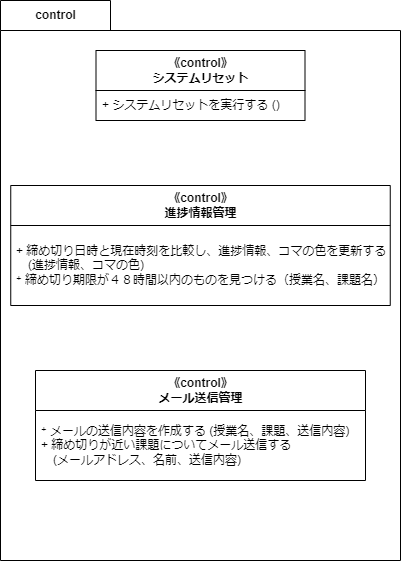
This is 構造図/クラス図/詳細設計/クラス図(control).drawio.png from masaki1234567/psp4, a draw.io export, as it was before one commit. Source tidied: cells renumbered, new cells last; positions are measured from the earlier drawing's top-left corner, leaving out a move shared by most shapes. The source it was exported from:
```xml
<mxGraphModel>
  <root>
    <mxCell id="0" />
    <mxCell id="1" parent="0" />
    <mxCell id="2" value="control" style="shape=folder;fontStyle=1;tabWidth=110;tabHeight=30;tabPosition=left;html=1;boundedLbl=1;labelInHeader=1;" parent="1" vertex="1">
      <mxGeometry width="400" height="560" as="geometry" />
    </mxCell>
    <mxCell id="3" style="html=1;strokeColor=none;fillColor=none;" parent="2" vertex="1">
      <mxGeometry width="400" height="392" relative="1" as="geometry">
        <mxPoint y="30" as="offset" />
      </mxGeometry>
    </mxCell>
    <mxCell id="4" value="《control》&lt;br&gt;システムリセット" style="swimlane;fontStyle=1;align=center;verticalAlign=middle;horizontal=1;startSize=40;html=1;" parent="2" vertex="1">
      <mxGeometry x="95.5" y="50" width="209" height="70" as="geometry" />
    </mxCell>
    <mxCell id="5" value="+ システムリセットを実行する ()" style="text;html=1;strokeColor=none;fillColor=none;align=left;verticalAlign=middle;spacingLeft=4;spacingRight=4;overflow=hidden;" parent="4" vertex="1">
      <mxGeometry y="40" width="209" height="30" as="geometry" />
    </mxCell>
    <mxCell id="6" value="《control》&lt;br&gt;メール送信管理" style="swimlane;fontStyle=1;align=center;verticalAlign=middle;horizontal=1;startSize=40;html=1;" parent="2" vertex="1">
      <mxGeometry x="35" y="370" width="330" height="110" as="geometry" />
    </mxCell>
    <mxCell id="7" value="⁺ メールの送信内容を作成する (授業名、課題、送信内容)&amp;nbsp;&lt;br&gt;+ 締め切りが近い課題についてメール送信する&lt;br&gt;　(メールアドレス、名前、送信内容)" style="text;html=1;strokeColor=none;fillColor=none;align=left;verticalAlign=middle;spacingLeft=4;spacingRight=4;overflow=hidden;" parent="6" vertex="1">
      <mxGeometry y="40" width="330" height="70" as="geometry" />
    </mxCell>
    <mxCell id="8" value="《control》&lt;br&gt;進捗情報管理" style="swimlane;fontStyle=1;align=center;verticalAlign=middle;horizontal=1;startSize=40;html=1;" parent="1" vertex="1">
      <mxGeometry x="10.2" y="185" width="379.5" height="120" as="geometry" />
    </mxCell>
    <mxCell id="9" value="+ 締め切り日時と現在時刻を比較し、進捗情報、コマの色を更新する&lt;br&gt;　(進捗情報、コマの色)&lt;br&gt;⁺ 締め切り期限が４８時間以内のものを見つける（授業名、課題名）" style="text;html=1;strokeColor=none;fillColor=none;align=left;verticalAlign=middle;spacingLeft=4;spacingRight=4;overflow=hidden;" parent="8" vertex="1">
      <mxGeometry y="40" width="379.5" height="80" as="geometry" />
    </mxCell>
  </root>
</mxGraphModel>
```
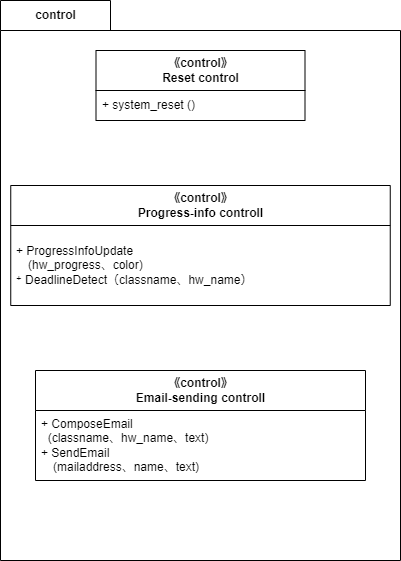
The same diagram one commit later.

Diff of the diagram source:
```diff
@@ -10,22 +10,22 @@
         <mxPoint y="30" as="offset" />
       </mxGeometry>
     </mxCell>
-    <mxCell id="4" value="《control》&lt;br&gt;システムリセット" style="swimlane;fontStyle=1;align=center;verticalAlign=middle;horizontal=1;startSize=40;html=1;" parent="2" vertex="1">
+    <mxCell id="4" value="《control》&lt;br&gt;Reset control" style="swimlane;fontStyle=1;align=center;verticalAlign=middle;horizontal=1;startSize=40;html=1;" parent="2" vertex="1">
       <mxGeometry x="95.5" y="50" width="209" height="70" as="geometry" />
     </mxCell>
-    <mxCell id="5" value="+ システムリセットを実行する ()" style="text;html=1;strokeColor=none;fillColor=none;align=left;verticalAlign=middle;spacingLeft=4;spacingRight=4;overflow=hidden;" parent="4" vertex="1">
+    <mxCell id="5" value="+ system_reset ()" style="text;html=1;strokeColor=none;fillColor=none;align=left;verticalAlign=middle;spacingLeft=4;spacingRight=4;overflow=hidden;" parent="4" vertex="1">
       <mxGeometry y="40" width="209" height="30" as="geometry" />
     </mxCell>
-    <mxCell id="6" value="《control》&lt;br&gt;メール送信管理" style="swimlane;fontStyle=1;align=center;verticalAlign=middle;horizontal=1;startSize=40;html=1;" parent="2" vertex="1">
+    <mxCell id="6" value="《control》&lt;br&gt;Email-sending controll" style="swimlane;fontStyle=1;align=center;verticalAlign=middle;horizontal=1;startSize=40;html=1;" parent="2" vertex="1">
       <mxGeometry x="35" y="370" width="330" height="110" as="geometry" />
     </mxCell>
-    <mxCell id="7" value="⁺ メールの送信内容を作成する (授業名、課題、送信内容)&amp;nbsp;&lt;br&gt;+ 締め切りが近い課題についてメール送信する&lt;br&gt;　(メールアドレス、名前、送信内容)" style="text;html=1;strokeColor=none;fillColor=none;align=left;verticalAlign=middle;spacingLeft=4;spacingRight=4;overflow=hidden;" parent="6" vertex="1">
+    <mxCell id="7" value="+ ComposeEmail&lt;br&gt;&amp;nbsp; (classname、hw_name、text)&amp;nbsp;&lt;br&gt;+ SendEmail&lt;br&gt;　(mailaddress、name、text)" style="text;html=1;strokeColor=none;fillColor=none;align=left;verticalAlign=middle;spacingLeft=4;spacingRight=4;overflow=hidden;" parent="6" vertex="1">
       <mxGeometry y="40" width="330" height="70" as="geometry" />
     </mxCell>
-    <mxCell id="8" value="《control》&lt;br&gt;進捗情報管理" style="swimlane;fontStyle=1;align=center;verticalAlign=middle;horizontal=1;startSize=40;html=1;" parent="1" vertex="1">
+    <mxCell id="8" value="《control》&lt;br&gt;Progress-info controll" style="swimlane;fontStyle=1;align=center;verticalAlign=middle;horizontal=1;startSize=40;html=1;" parent="1" vertex="1">
       <mxGeometry x="10.2" y="185" width="379.5" height="120" as="geometry" />
     </mxCell>
-    <mxCell id="9" value="+ 締め切り日時と現在時刻を比較し、進捗情報、コマの色を更新する&lt;br&gt;　(進捗情報、コマの色)&lt;br&gt;⁺ 締め切り期限が４８時間以内のものを見つける（授業名、課題名）" style="text;html=1;strokeColor=none;fillColor=none;align=left;verticalAlign=middle;spacingLeft=4;spacingRight=4;overflow=hidden;" parent="8" vertex="1">
+    <mxCell id="9" value="+ ProgressInfoUpdate&lt;br&gt;　(hw_progress、color)&lt;br&gt;⁺ DeadlineDetect（classname、hw_name）" style="text;html=1;strokeColor=none;fillColor=none;align=left;verticalAlign=middle;spacingLeft=4;spacingRight=4;overflow=hidden;" parent="8" vertex="1">
       <mxGeometry y="40" width="379.5" height="80" as="geometry" />
     </mxCell>
   </root>
```
